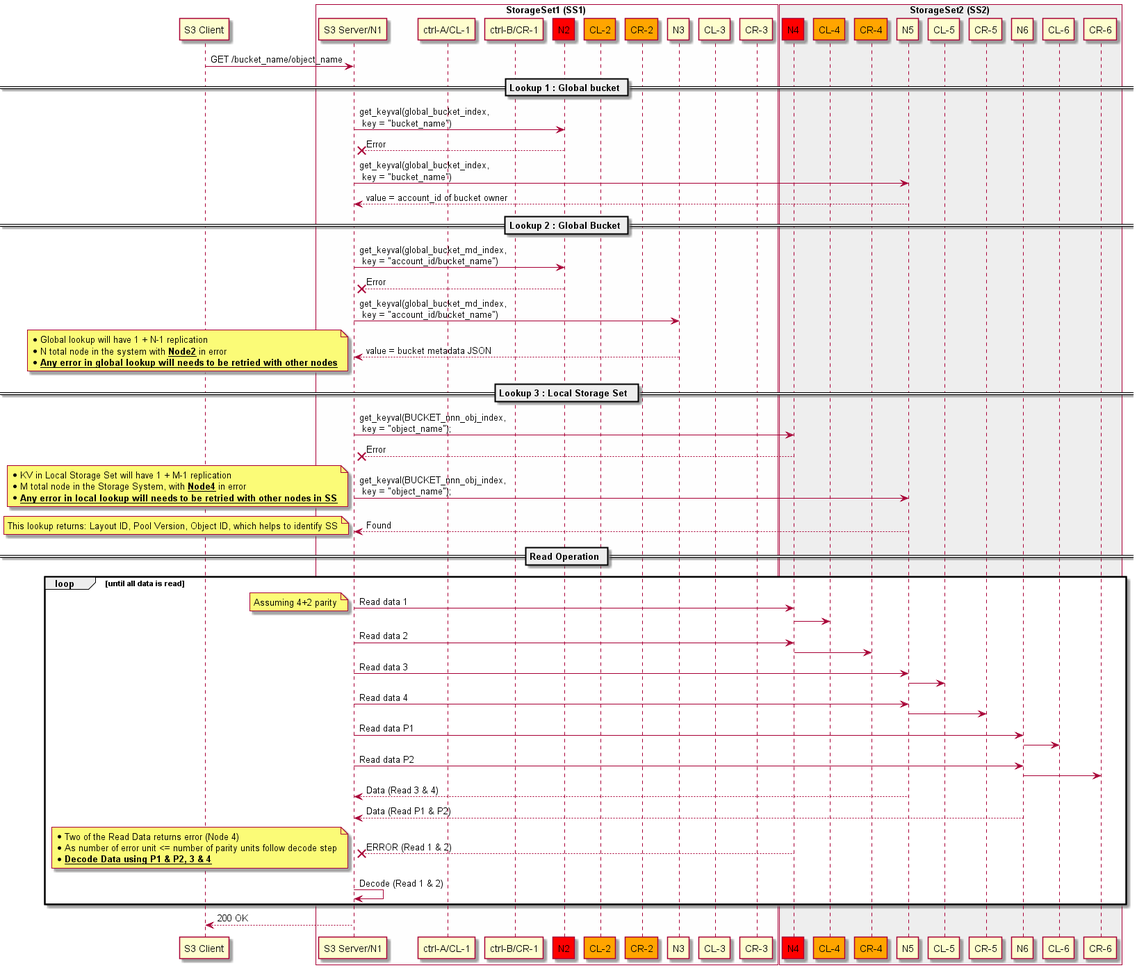
This is doc/dev/ldrr2/usecases/images/simple_object_get_node_failure.png from Seagate/cortx-motr, a PlantUML export, as it was before one commit. The source it was exported from:
```plantuml
@startuml
participant "S3 Client" as client
box StorageSet1 (SS1) #FEFEFE
participant "S3 Server/N1" as N1
participant "ctrl-A/CL-1" as CL_1
participant "ctrl-B/CR-1" as CR_1
participant "N2" as N2 #red
participant "CL-2" as CL_2 #orange
participant "CR-2" as CR_2 #orange
participant "N3" as N3
participant "CL-3" as CL_3
participant "CR-3" as CR_3
end box
box StorageSet2 (SS2) #EEEEEE
participant "N4" as N4 #red
participant "CL-4" as CL_4 #orange
participant "CR-4" as CR_4 #orange
participant "N5" as N5
participant "CL-5" as CL_5
participant "CR-5" as CR_5
participant "N6" as N6
participant "CL-6" as CL_6
participant "CR-6" as CR_6
end box

client -> N1: GET /bucket_name/object_name

== Lookup 1 : Global bucket ==
N1 -> N2: get_keyval(global_bucket_index,\n key = "bucket_name")
N2 --X N1: Error
N1 -> N5: get_keyval(global_bucket_index,\n key = "bucket_name")
N5 --> N1: value = account_id of bucket owner

== Lookup 2 : Global Bucket ==
N1 -> N2: get_keyval(global_bucket_md_index,\n key = "account_id/bucket_name")
N2 --X N1: Error
N1 -> N3: get_keyval(global_bucket_md_index,\n key = "account_id/bucket_name")
N3 --> N1: value = bucket metadata JSON

note left
   * Global lookup will have 1 + N-1 replication
   * N total node in the system with __**Node2**__ in error
   * __**Any error in global lookup will needs to be retried with other nodes**__
end note

== Lookup 3 : Local Storage Set  ==
N1 -> N4: get_keyval(BUCKET_nnn_obj_index,\n key = "object_name");
N4 --X N1 : Error
N1 -> N5: get_keyval(BUCKET_nnn_obj_index,\n key = "object_name");
note left
   * KV in Local Storage Set will have 1 + M-1 replication
   * M total node in the Storage System, with __**Node4**__ in error
   * __**Any error in local lookup will needs to be retried with other nodes in SS**__
end note
N5 --> N1: Found
note left
This lookup returns: Layout ID, Pool Version, Object ID, which helps to identify SS
end note

== Read Operation ==

loop until all data is read
  N1 -> "N4": Read data 1
note left
   Assuming 4+2 parity
end note
  "N4" -> CL_4
  N1 -> "N4": Read data 2
  "N4" -> CR_4

  N1 -> "N5": Read data 3
  "N5" -> CL_5
  N1 -> "N5": Read data 4
  "N5" -> CR_5

  N1 -> "N6": Read data P1
  "N6" -> CL_6
  N1 -> "N6": Read data P2
  "N6" -> CR_6

  N5 --> N1: Data (Read 3 & 4)
  N6 --> N1: Data (Read P1 & P2)
  N4 --X N1: ERROR (Read 1 & 2)
note left
   * Two of the Read Data returns error (Node 4)
   * As number of error unit <= number of parity units follow decode step
   * __**Decode Data using P1 & P2, 3 & 4**__
end note
  "N1" -> N1 : Decode (Read 1 & 2)
end

N1 --> client: 200 OK
@enduml
```
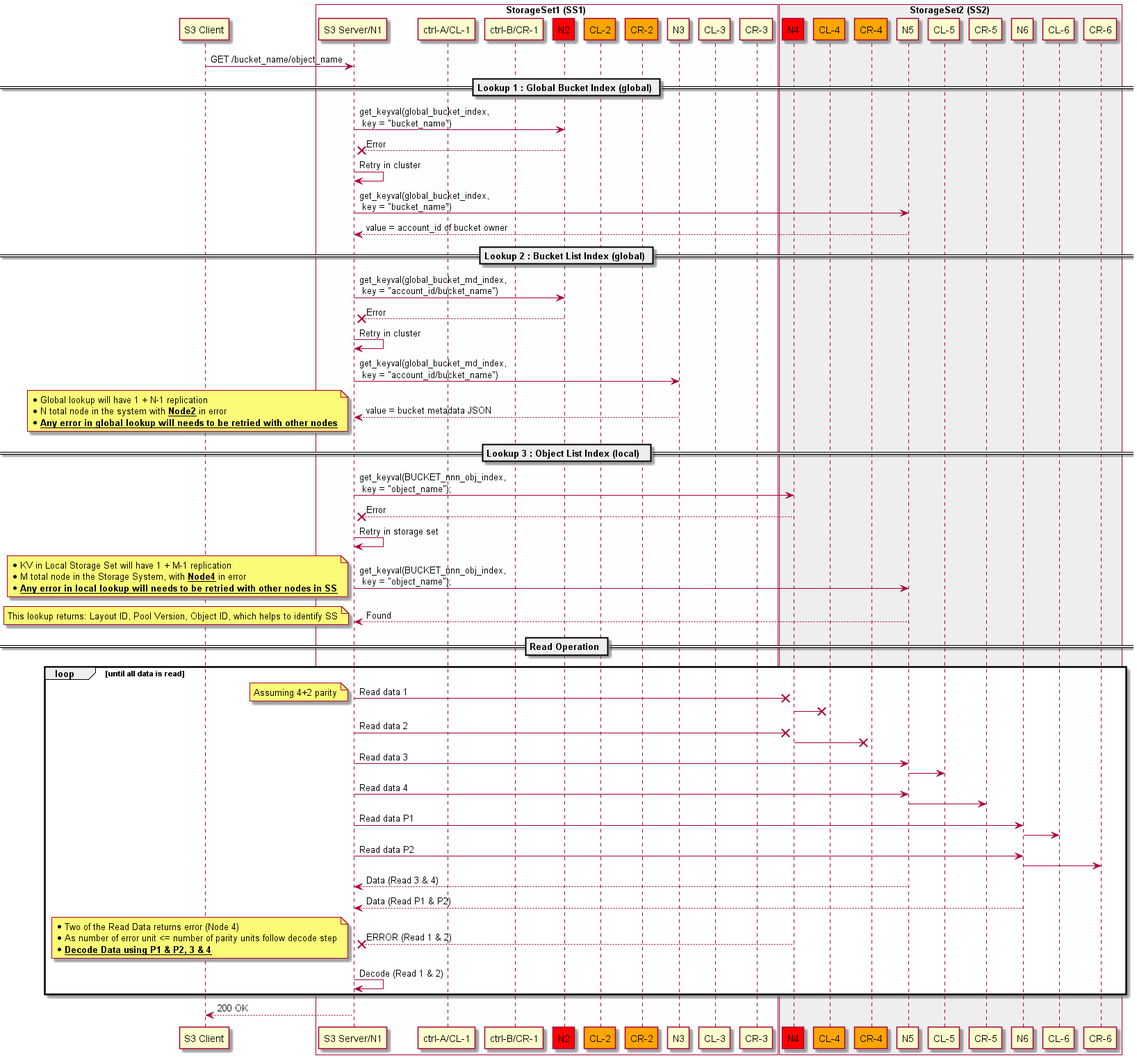
Later version of the same file.

Commit message:
Updating failure get operation

Change to the diagram source:
```diff
@@ -25,15 +25,17 @@
 
 client -> N1: GET /bucket_name/object_name
 
-== Lookup 1 : Global bucket ==
+== Lookup 1 : Global Bucket Index (global) ==
 N1 -> N2: get_keyval(global_bucket_index,\n key = "bucket_name")
 N2 --X N1: Error
+N1 -> N1: Retry in cluster
 N1 -> N5: get_keyval(global_bucket_index,\n key = "bucket_name")
 N5 --> N1: value = account_id of bucket owner
 
-== Lookup 2 : Global Bucket ==
+== Lookup 2 : Bucket List Index (global) ==
 N1 -> N2: get_keyval(global_bucket_md_index,\n key = "account_id/bucket_name")
 N2 --X N1: Error
+N1 -> N1: Retry in cluster
 N1 -> N3: get_keyval(global_bucket_md_index,\n key = "account_id/bucket_name")
 N3 --> N1: value = bucket metadata JSON
 
@@ -43,9 +45,10 @@
    * __**Any error in global lookup will needs to be retried with other nodes**__
 end note
 
-== Lookup 3 : Local Storage Set  ==
+== Lookup 3 : Object List Index (local)  ==
 N1 -> N4: get_keyval(BUCKET_nnn_obj_index,\n key = "object_name");
 N4 --X N1 : Error
+N1 -> N1: Retry in storage set
 N1 -> N5: get_keyval(BUCKET_nnn_obj_index,\n key = "object_name");
 note left
    * KV in Local Storage Set will have 1 + M-1 replication
@@ -60,13 +63,13 @@
 == Read Operation ==
 
 loop until all data is read
-  N1 -> "N4": Read data 1
+  N1 -X "N4": Read data 1
 note left
    Assuming 4+2 parity
 end note
-  "N4" -> CL_4
-  N1 -> "N4": Read data 2
-  "N4" -> CR_4
+  "N4" -X CL_4
+  N1 -X "N4": Read data 2
+  "N4" -X CR_4
 
   N1 -> "N5": Read data 3
   "N5" -> CL_5
```
